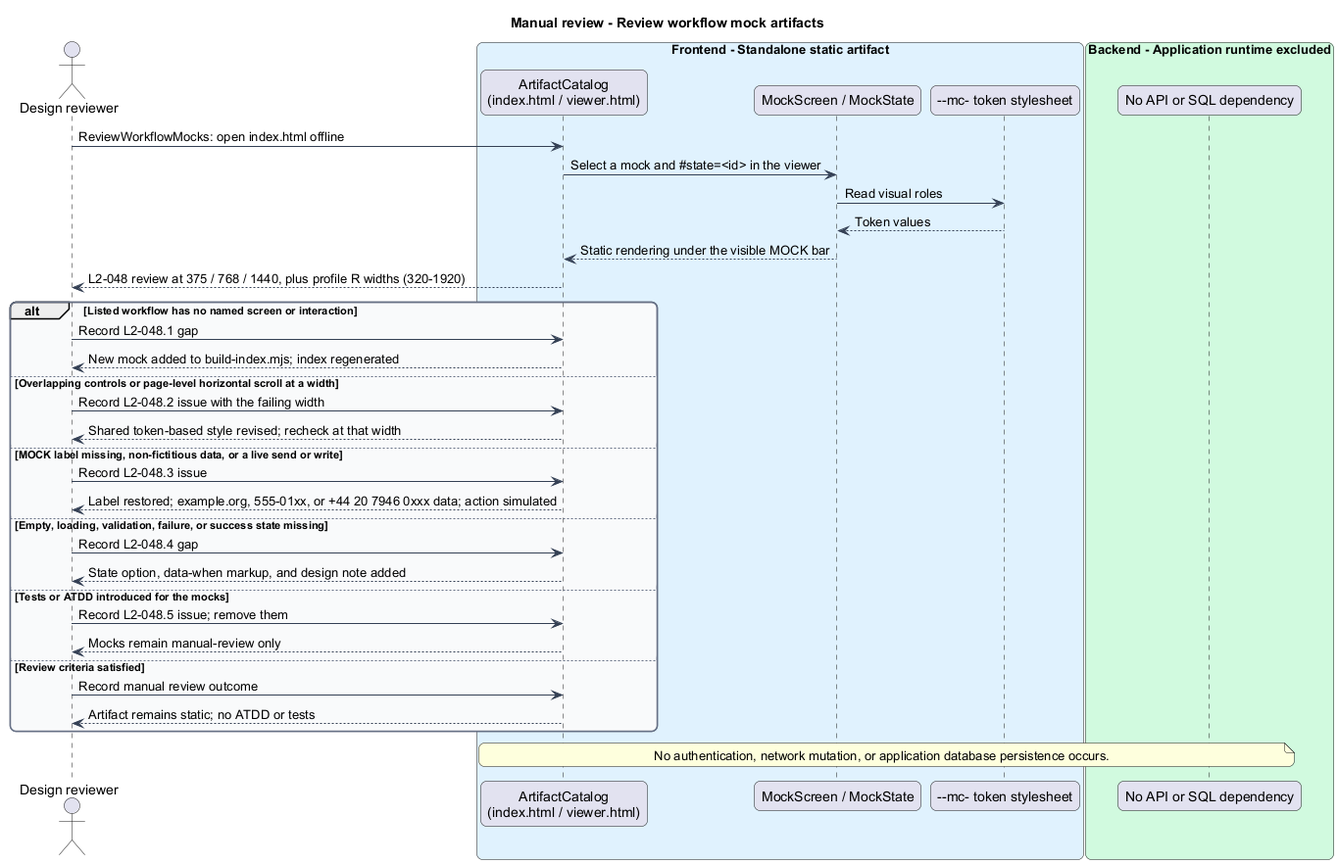
Before: docs/detailed-designs/artifacts/review-workflow-mocks/diagrams/sequence-review.png, a diagram exported from PlantUML (QuinntyneBrown/mission-control).
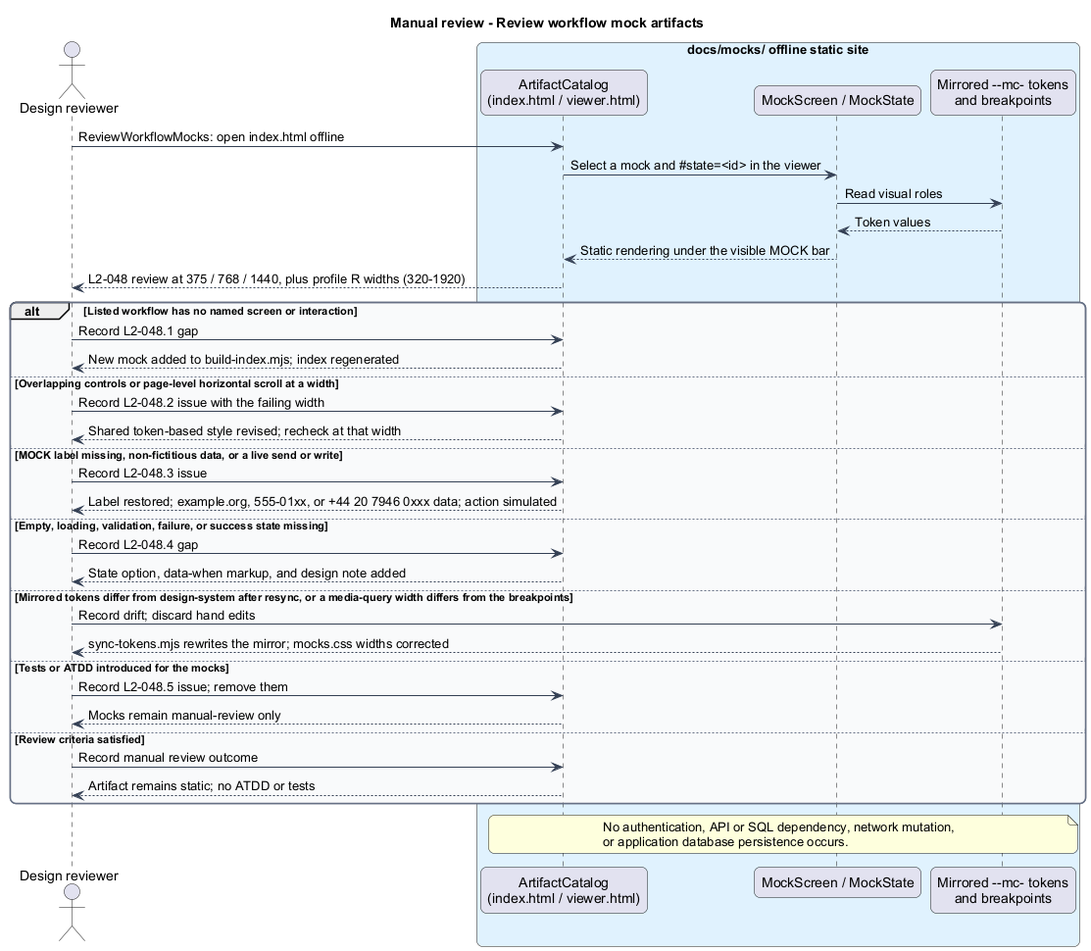
After the commit.

What changed in the source:
```diff
@@ -15,13 +15,10 @@
 }
 title Manual review - Review workflow mock artifacts
 actor "Design reviewer" as reviewer
-box "Frontend - Standalone static artifact" #E0F2FE
+box "docs/mocks/ offline static site" #E0F2FE
   participant "ArtifactCatalog\n(index.html / viewer.html)" as catalog
   participant "MockScreen / MockState" as example
-  participant "--mc- token stylesheet" as tokens
-end box
-box "Backend - Application runtime excluded" #D1FADF
-  participant "No API or SQL dependency" as excluded
+  participant "Mirrored --mc- tokens\nand breakpoints" as tokens
 end box
 reviewer -> catalog : ReviewWorkflowMocks: open index.html offline
 catalog -> example : Select a mock and #state=<id> in the viewer
@@ -41,6 +38,9 @@
 else Empty, loading, validation, failure, or success state missing
   reviewer -> catalog : Record L2-048.4 gap
   catalog --> reviewer : State option, data-when markup, and design note added
+else Mirrored tokens differ from design-system after resync, or a media-query width differs from the breakpoints
+  reviewer -> tokens : Record drift; discard hand edits
+  tokens --> reviewer : sync-tokens.mjs rewrites the mirror; mocks.css widths corrected
 else Tests or ATDD introduced for the mocks
   reviewer -> catalog : Record L2-048.5 issue; remove them
   catalog --> reviewer : Mocks remain manual-review only
@@ -48,7 +48,8 @@
   reviewer -> catalog : Record manual review outcome
   catalog --> reviewer : Artifact remains static; no ATDD or tests
 end
-note over catalog, excluded
-No authentication, network mutation, or application database persistence occurs.
+note over catalog, tokens
+No authentication, API or SQL dependency, network mutation,
+or application database persistence occurs.
 end note
 @enduml
```
